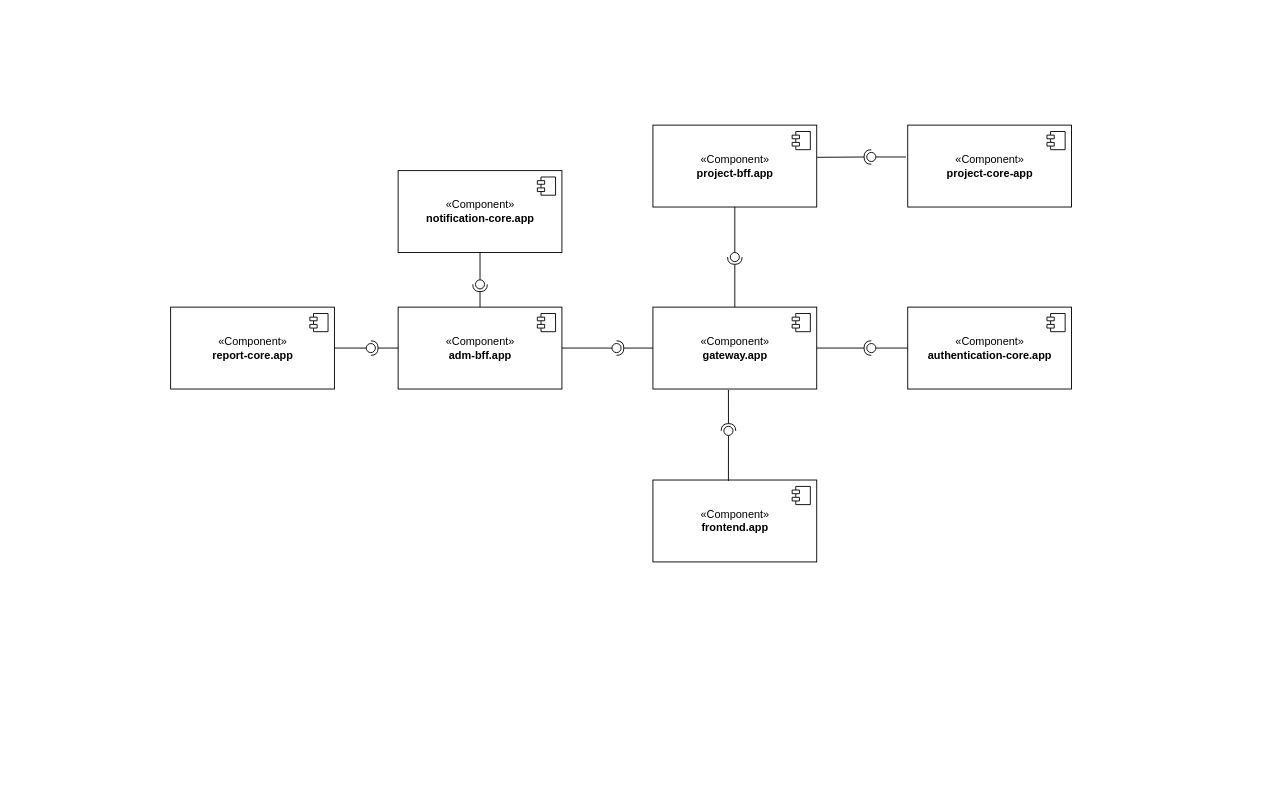
Before: Diagramas/diagrama-de-componentes.drawio in akademicmensch/puc-engenharia-de-software, a draw.io diagram. Source tidied: cells renumbered, new cells numbered last; positions are measured from the earlier drawing's top-left corner, leaving out a move shared by most shapes. Both pictures are drawn from the tidied source at 91%, with x=0, y=0 at pixel (170, 125).
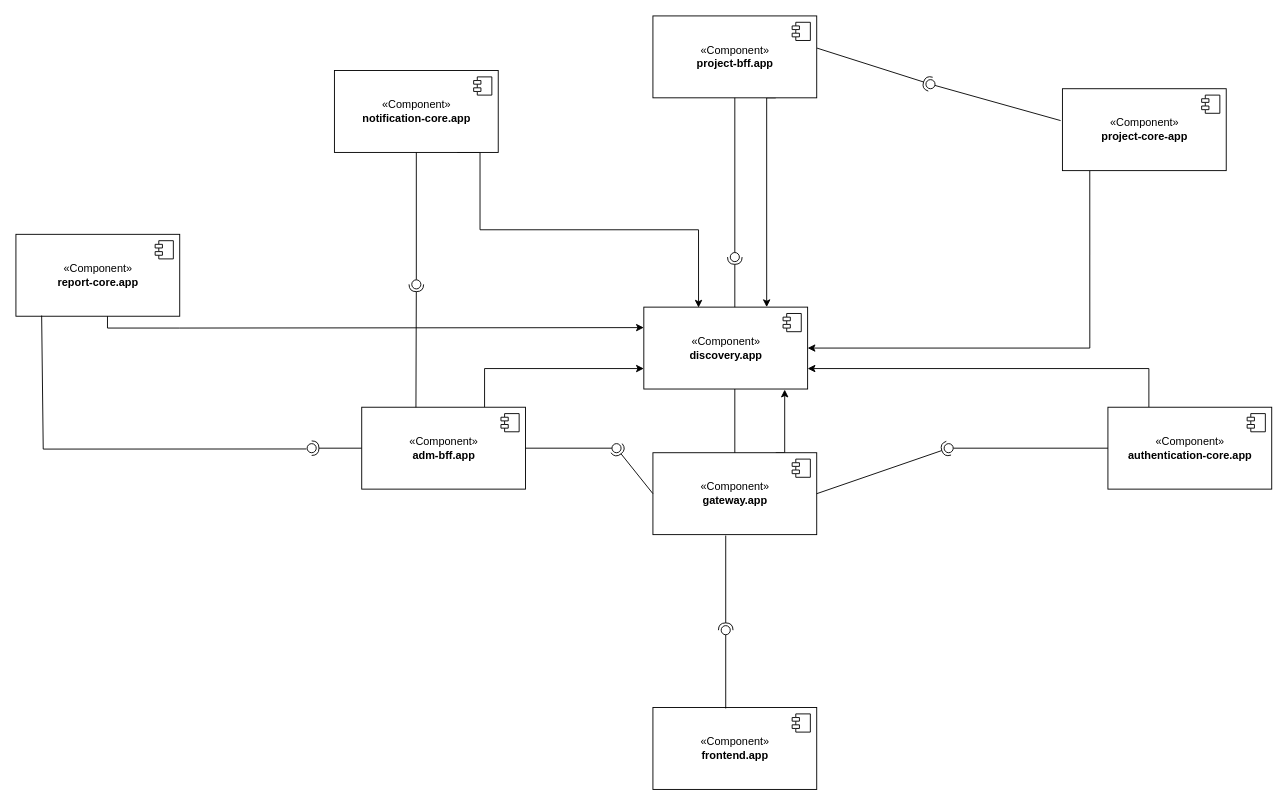
Above is the later version.

Commit message:
updating component diagram to add discovery middleware component

Change to the diagram source:
```diff
@@
+    <mxCell id="39" style="edgeStyle=orthogonalEdgeStyle;rounded=0;jettySize=auto;html=1;exitX=0.25;exitY=0;exitDx=0;exitDy=0;entryX=1;entryY=0.75;entryDx=0;entryDy=0;" parent="1" edge="1" source="2" target="46">
+      <mxGeometry relative="1" as="geometry" />
+    </mxCell>
     <mxCell id="2" value="&lt;div&gt;«Component»&lt;b&gt;&lt;br&gt;&lt;/b&gt;&lt;/div&gt;&lt;div&gt;&lt;b&gt;authentication-core.app&lt;/b&gt;&lt;/div&gt;" style="html=1;" parent="1" vertex="1">
-      <mxGeometry x="810" y="200" width="180" height="90" as="geometry" />
+      <mxGeometry x="1030" y="310" width="180" height="90" as="geometry" />
     </mxCell>
@@
+    <mxCell id="40" style="edgeStyle=orthogonalEdgeStyle;rounded=0;jettySize=auto;html=1;exitX=0.75;exitY=0;exitDx=0;exitDy=0;entryX=0.86;entryY=1.007;entryDx=0;entryDy=0;entryPerimeter=0;" parent="1" edge="1" source="4" target="46">
+      <mxGeometry relative="1" as="geometry">
+        <Array as="points">
+          <mxPoint x="675" y="360" />
+        </Array>
+      </mxGeometry>
+    </mxCell>
     <mxCell id="4" value="«Component»&lt;br&gt;&lt;b&gt;gateway.app&lt;/b&gt;" style="html=1;" parent="1" vertex="1">
-      <mxGeometry x="530" y="200" width="180" height="90" as="geometry" />
+      <mxGeometry x="530" y="360" width="180" height="90" as="geometry" />
     </mxCell>
@@
     <mxCell id="6" value="«Component»&lt;br&gt;&lt;b&gt;frontend.app&lt;/b&gt;" style="html=1;" parent="1" vertex="1">
-      <mxGeometry x="530" y="390" width="180" height="90" as="geometry" />
+      <mxGeometry x="530" y="640" width="180" height="90" as="geometry" />
     </mxCell>
@@
+    <mxCell id="41" style="edgeStyle=orthogonalEdgeStyle;rounded=0;jettySize=auto;html=1;exitX=0.167;exitY=1;exitDx=0;exitDy=0;entryX=1;entryY=0.5;entryDx=0;entryDy=0;exitPerimeter=0;" parent="1" edge="1" source="8" target="46">
+      <mxGeometry relative="1" as="geometry" />
+    </mxCell>
     <mxCell id="8" value="«Component»&lt;br&gt;&lt;b&gt;project-core-ap&lt;/b&gt;&lt;b&gt;p&lt;/b&gt;" style="html=1;" parent="1" vertex="1">
-      <mxGeometry x="810" width="180" height="90" as="geometry" />
+      <mxGeometry x="980" y="-40" width="180" height="90" as="geometry" />
     </mxCell>
@@
+    <mxCell id="42" style="edgeStyle=orthogonalEdgeStyle;rounded=0;jettySize=auto;html=1;exitX=0.75;exitY=1;exitDx=0;exitDy=0;entryX=0.334;entryY=0.006;entryDx=0;entryDy=0;entryPerimeter=0;" parent="1" edge="1" source="10" target="46">
+      <mxGeometry relative="1" as="geometry">
+        <Array as="points">
+          <mxPoint x="340" y="30" />
+          <mxPoint x="340" y="115" />
+          <mxPoint x="580" y="115" />
+        </Array>
+      </mxGeometry>
+    </mxCell>
     <mxCell id="10" value="«Component»&lt;br&gt;&lt;b&gt;notification-core.app&lt;/b&gt;" style="html=1;" parent="1" vertex="1">
-      <mxGeometry x="250" y="50" width="180" height="90" as="geometry" />
+      <mxGeometry x="180" y="-60" width="180" height="90" as="geometry" />
     </mxCell>
@@
+    <mxCell id="43" style="edgeStyle=orthogonalEdgeStyle;rounded=0;jettySize=auto;html=1;exitX=0.75;exitY=1;exitDx=0;exitDy=0;entryX=0.75;entryY=0;entryDx=0;entryDy=0;" parent="1" edge="1" source="12" target="46">
+      <mxGeometry relative="1" as="geometry">
+        <Array as="points">
+          <mxPoint x="655" y="-30" />
+        </Array>
+      </mxGeometry>
+    </mxCell>
     <mxCell id="12" value="«Component»&lt;br&gt;&lt;b&gt;project-bff.app&lt;/b&gt;" style="html=1;" parent="1" vertex="1">
-      <mxGeometry x="530" width="180" height="90" as="geometry" />
+      <mxGeometry x="530" y="-120" width="180" height="90" as="geometry" />
     </mxCell>
@@
-    <mxCell id="14" style="rounded=0;jettySize=auto;html=1;endArrow=none;endFill=0;exitX=0.461;exitY=0.011;exitDx=0;exitDy=0;exitPerimeter=0;" parent="1" edge="1" source="6" target="16">
-      <mxGeometry relative="1" as="geometry" />
+    <mxCell id="14" style="rounded=0;jettySize=auto;html=1;endArrow=none;endFill=0;" parent="1" edge="1" target="16">
+      <mxGeometry relative="1" as="geometry">
+        <mxPoint x="610" y="641" as="sourcePoint" />
+      </mxGeometry>
     </mxCell>
-    <mxCell id="15" style="rounded=0;jettySize=auto;html=1;endArrow=halfCircle;endFill=0;entryX=0.5;entryY=0.5;entryDx=0;entryDy=0;endSize=6;strokeWidth=1;exitX=0.461;exitY=1.011;exitDx=0;exitDy=0;exitPerimeter=0;" parent="1" edge="1" source="4" target="16">
-      <mxGeometry relative="1" as="geometry" />
+    <mxCell id="15" style="rounded=0;jettySize=auto;html=1;endArrow=halfCircle;endFill=0;entryX=0.5;entryY=0.5;entryDx=0;entryDy=0;endSize=6;strokeWidth=1;" parent="1" edge="1" target="16">
+      <mxGeometry relative="1" as="geometry">
+        <mxPoint x="610" y="451" as="sourcePoint" />
+      </mxGeometry>
     </mxCell>
     <mxCell id="16" style="ellipse;whiteSpace=wrap;html=1;fontFamily=Helvetica;fontSize=12;fontColor=#000000;align=center;strokeColor=#000000;fillColor=#ffffff;points=[];" parent="1" vertex="1">
-      <mxGeometry x="608" y="331" width="10" height="10" as="geometry" />
+      <mxGeometry x="605" y="550" width="10" height="10" as="geometry" />
     </mxCell>
@@
     <mxCell id="19" style="ellipse;whiteSpace=wrap;html=1;fontFamily=Helvetica;fontSize=12;fontColor=#000000;align=center;strokeColor=#000000;fillColor=#ffffff;points=[];" parent="1" vertex="1">
-      <mxGeometry x="765" y="240" width="10" height="10" as="geometry" />
+      <mxGeometry x="850" y="350" width="10" height="10" as="geometry" />
     </mxCell>
@@
     <mxCell id="25" style="ellipse;whiteSpace=wrap;html=1;fontFamily=Helvetica;fontSize=12;fontColor=#000000;align=center;strokeColor=#000000;fillColor=#ffffff;points=[];" parent="1" vertex="1">
-      <mxGeometry x="765" y="30" width="10" height="10" as="geometry" />
+      <mxGeometry x="830" y="-50" width="10" height="10" as="geometry" />
     </mxCell>
+    <mxCell id="44" style="edgeStyle=orthogonalEdgeStyle;rounded=0;jettySize=auto;html=1;exitX=0.559;exitY=0.989;exitDx=0;exitDy=0;entryX=0;entryY=0.25;entryDx=0;entryDy=0;exitPerimeter=0;" parent="1" edge="1" source="26" target="46">
+      <mxGeometry relative="1" as="geometry">
+        <Array as="points">
+          <mxPoint x="-69" y="223" />
+          <mxPoint x="10" y="223" />
+        </Array>
+      </mxGeometry>
+    </mxCell>
     <mxCell id="26" value="«Component»&lt;br&gt;&lt;b&gt;report-core.app&lt;/b&gt;" style="html=1;" parent="1" vertex="1">
-      <mxGeometry y="200" width="180" height="90" as="geometry" />
+      <mxGeometry x="-170" y="120" width="180" height="90" as="geometry" />
     </mxCell>
@@
+    <mxCell id="45" style="edgeStyle=orthogonalEdgeStyle;rounded=0;jettySize=auto;html=1;exitX=0.75;exitY=0;exitDx=0;exitDy=0;entryX=0;entryY=0.75;entryDx=0;entryDy=0;" parent="1" edge="1" source="28" target="46">
+      <mxGeometry relative="1" as="geometry" />
+    </mxCell>
     <mxCell id="28" value="«Component»&lt;br&gt;&lt;b&gt;adm-bff.app&lt;/b&gt;" style="html=1;" parent="1" vertex="1">
-      <mxGeometry x="250" y="200" width="180" height="90" as="geometry" />
+      <mxGeometry x="210" y="310" width="180" height="90" as="geometry" />
     </mxCell>
@@
     <mxCell id="32" style="ellipse;whiteSpace=wrap;html=1;fontFamily=Helvetica;fontSize=12;fontColor=#000000;align=center;strokeColor=#000000;fillColor=#ffffff;points=[];" parent="1" vertex="1">
-      <mxGeometry x="485" y="240" width="10" height="10" as="geometry" />
+      <mxGeometry x="485" y="350" width="10" height="10" as="geometry" />
     </mxCell>
@@
-    <mxCell id="34" style="rounded=0;jettySize=auto;html=1;endArrow=halfCircle;endFill=0;entryX=0.5;entryY=0.5;entryDx=0;entryDy=0;endSize=6;strokeWidth=1;exitX=0.5;exitY=0;exitDx=0;exitDy=0;" parent="1" edge="1" source="28" target="35">
+    <mxCell id="34" style="rounded=0;jettySize=auto;html=1;endArrow=halfCircle;endFill=0;entryX=0.5;entryY=0.5;entryDx=0;entryDy=0;endSize=6;strokeWidth=1;exitX=0.331;exitY=0.001;exitDx=0;exitDy=0;exitPerimeter=0;" parent="1" edge="1" source="28" target="35">
       <mxGeometry relative="1" as="geometry" />
     </mxCell>
     <mxCell id="35" style="ellipse;whiteSpace=wrap;html=1;fontFamily=Helvetica;fontSize=12;fontColor=#000000;align=center;strokeColor=#000000;fillColor=#ffffff;points=[];" parent="1" vertex="1">
-      <mxGeometry x="335" y="170" width="10" height="10" as="geometry" />
+      <mxGeometry x="265" y="170" width="10" height="10" as="geometry" />
     </mxCell>
-    <mxCell id="36" style="rounded=0;jettySize=auto;html=1;endArrow=none;endFill=0;exitX=1;exitY=0.5;exitDx=0;exitDy=0;" parent="1" edge="1" source="26" target="38">
-      <mxGeometry relative="1" as="geometry" />
+    <mxCell id="36" style="rounded=0;jettySize=auto;html=1;endArrow=none;endFill=0;exitX=0.157;exitY=0.992;exitDx=0;exitDy=0;exitPerimeter=0;entryX=-0.076;entryY=0.587;entryDx=0;entryDy=0;entryPerimeter=0;" parent="1" edge="1" source="26" target="38">
+      <mxGeometry relative="1" as="geometry">
+        <Array as="points">
+          <mxPoint x="-140" y="356" />
+        </Array>
+      </mxGeometry>
     </mxCell>
@@
     <mxCell id="38" style="ellipse;whiteSpace=wrap;html=1;fontFamily=Helvetica;fontSize=12;fontColor=#000000;align=center;strokeColor=#000000;fillColor=#ffffff;points=[];" parent="1" vertex="1">
-      <mxGeometry x="215" y="240" width="10" height="10" as="geometry" />
+      <mxGeometry x="150" y="350" width="10" height="10" as="geometry" />
     </mxCell>
+    <mxCell id="46" value="«Component»&lt;br&gt;&lt;b&gt;discovery.app&lt;/b&gt;" style="html=1;" parent="1" vertex="1">
+      <mxGeometry x="520" y="200" width="180" height="90" as="geometry" />
+    </mxCell>
+    <mxCell id="47" style="shape=module;jettyWidth=8;jettyHeight=4;" parent="46" vertex="1">
+      <mxGeometry x="1" width="20" height="20" relative="1" as="geometry">
+        <mxPoint x="-27" y="7" as="offset" />
+      </mxGeometry>
+    </mxCell>
```
